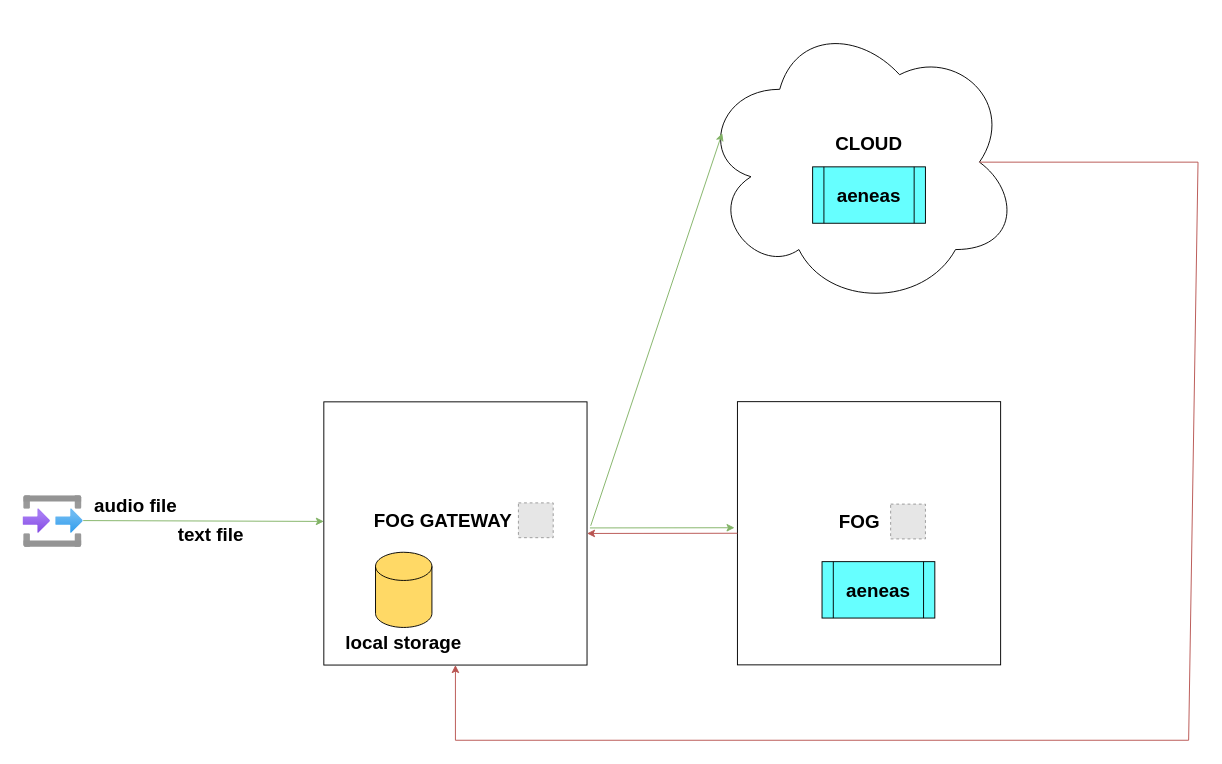
Above: app2/app2_design.drawio in abbcyhn/ut-thesis (draw.io), before the change. Source tidied: cells renumbered, new cells numbered last; positions are measured from the earlier drawing's top-left corner, leaving out a move shared by most shapes. Both pictures are drawn from the tidied source at 94%, with x=0, y=0 at pixel (23, 16). Pictures stored in the file or linked from it are replaced by grey dashed boxes.
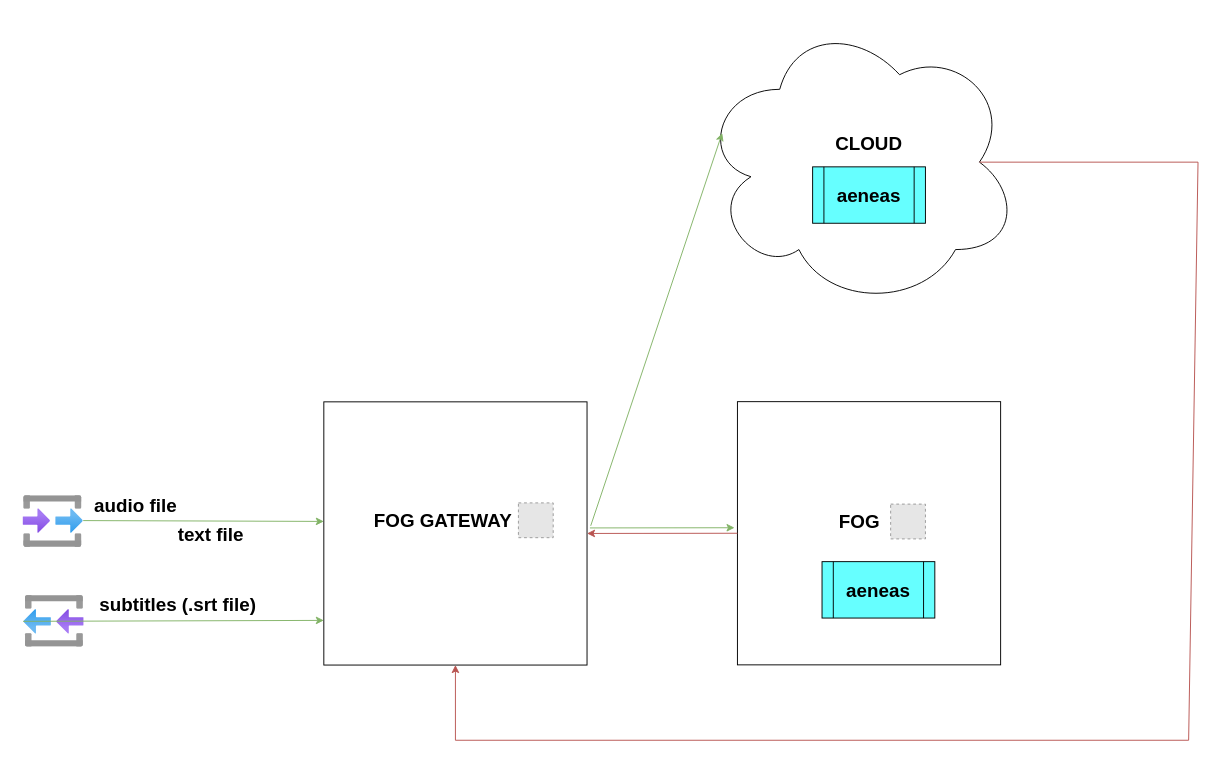
The same page after the edit.

Commit message (it also covers changes not shown here):
Update app2_design

Change to the diagram source:
```diff
@@
-    <mxCell id="16" style="shape=cylinder3;whiteSpace=wrap;html=1;boundedLbl=1;backgroundOutline=1;size=15;fontSize=20;fillColor=#FFD966;" parent="1" vertex="1">
-      <mxGeometry x="375" y="570" width="60" height="80" as="geometry" />
-    </mxCell>
@@
-    <mxCell id="21" value="local storage" style="text;html=1;strokeColor=none;fillColor=none;align=center;verticalAlign=middle;whiteSpace=wrap;rounded=0;fontSize=20;fontStyle=1;" parent="1" vertex="1">
-      <mxGeometry x="340" y="650" width="130" height="30" as="geometry" />
-    </mxCell>
+    <mxCell id="22" style="html=1;points=[];align=center;image;fontSize=12;image=img/lib/azure2/general/Input_Output.svg;rotation=-180;" parent="1" vertex="1">
+      <mxGeometry y="615" width="64" height="55" as="geometry" />
+    </mxCell>
+    <mxCell id="23" style="endArrow=classic;html=1;rounded=0;fontSize=20;exitX=1;exitY=0.482;exitDx=0;exitDy=0;exitPerimeter=0;entryX=0;entryY=0.5;entryDx=0;entryDy=0;fontColor=#33FF33;fillColor=#d5e8d4;strokeColor=#82b366;" parent="1" edge="1" source="22">
+      <mxGeometry relative="1" as="geometry">
+        <mxPoint x="320" y="642.5" as="targetPoint" />
+      </mxGeometry>
+    </mxCell>
+    <mxCell id="24" value="subtitles (.srt file)" style="text;html=1;strokeColor=none;fillColor=none;align=center;verticalAlign=middle;whiteSpace=wrap;rounded=0;fontSize=20;fontStyle=1;" parent="1" vertex="1">
+      <mxGeometry x="70" y="610" width="190" height="30" as="geometry" />
+    </mxCell>
```
